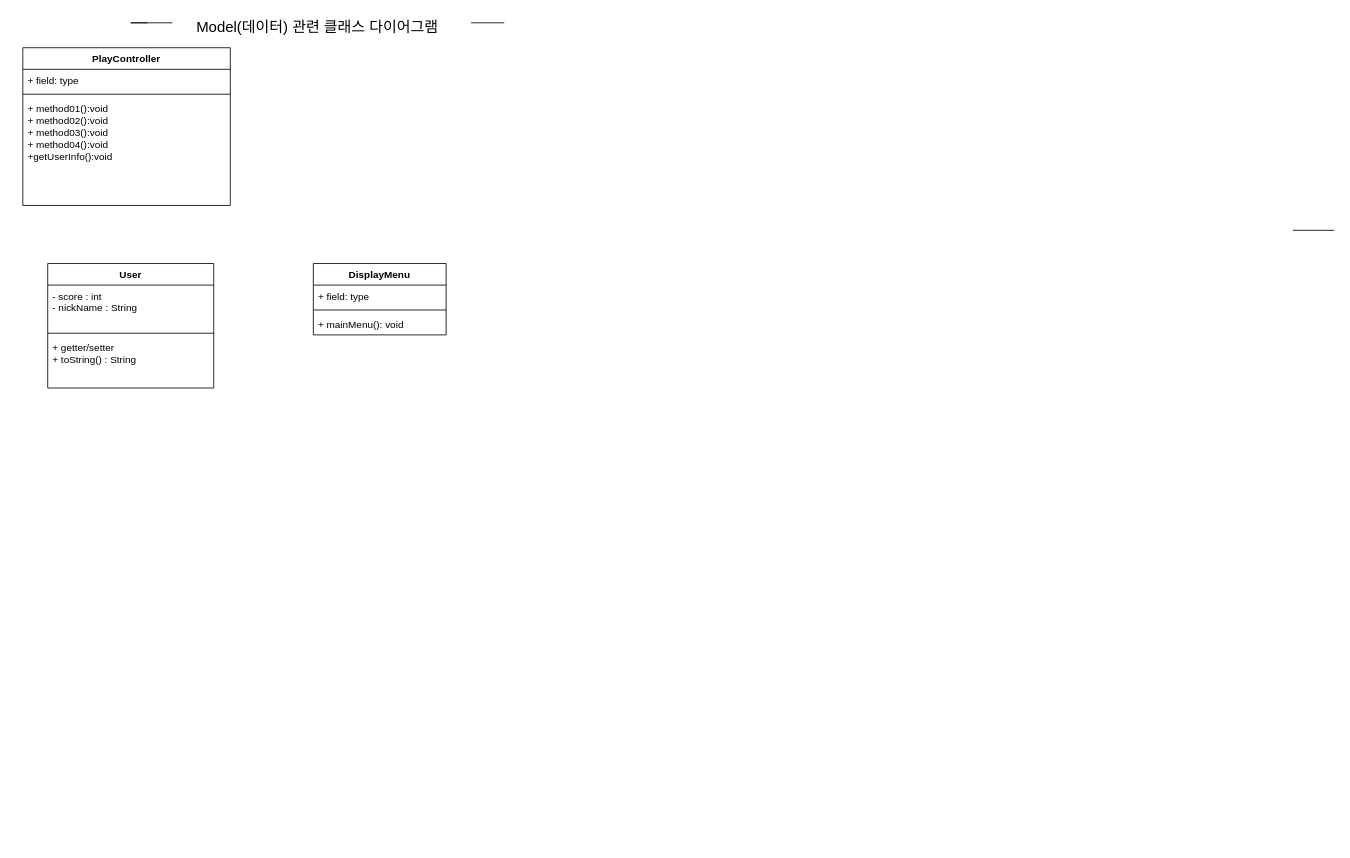
Earlier version of the draw.io diagram 제목 없는 다이어그램.drawio (jeongwoops/jeongwoops.github.io). Source tidied: cells renumbered, new cells numbered last; positions are measured from the earlier drawing's top-left corner, leaving out a move shared by most shapes. Both pictures are drawn from the tidied source at 83%, with x=0, y=0 at pixel (22, 14).
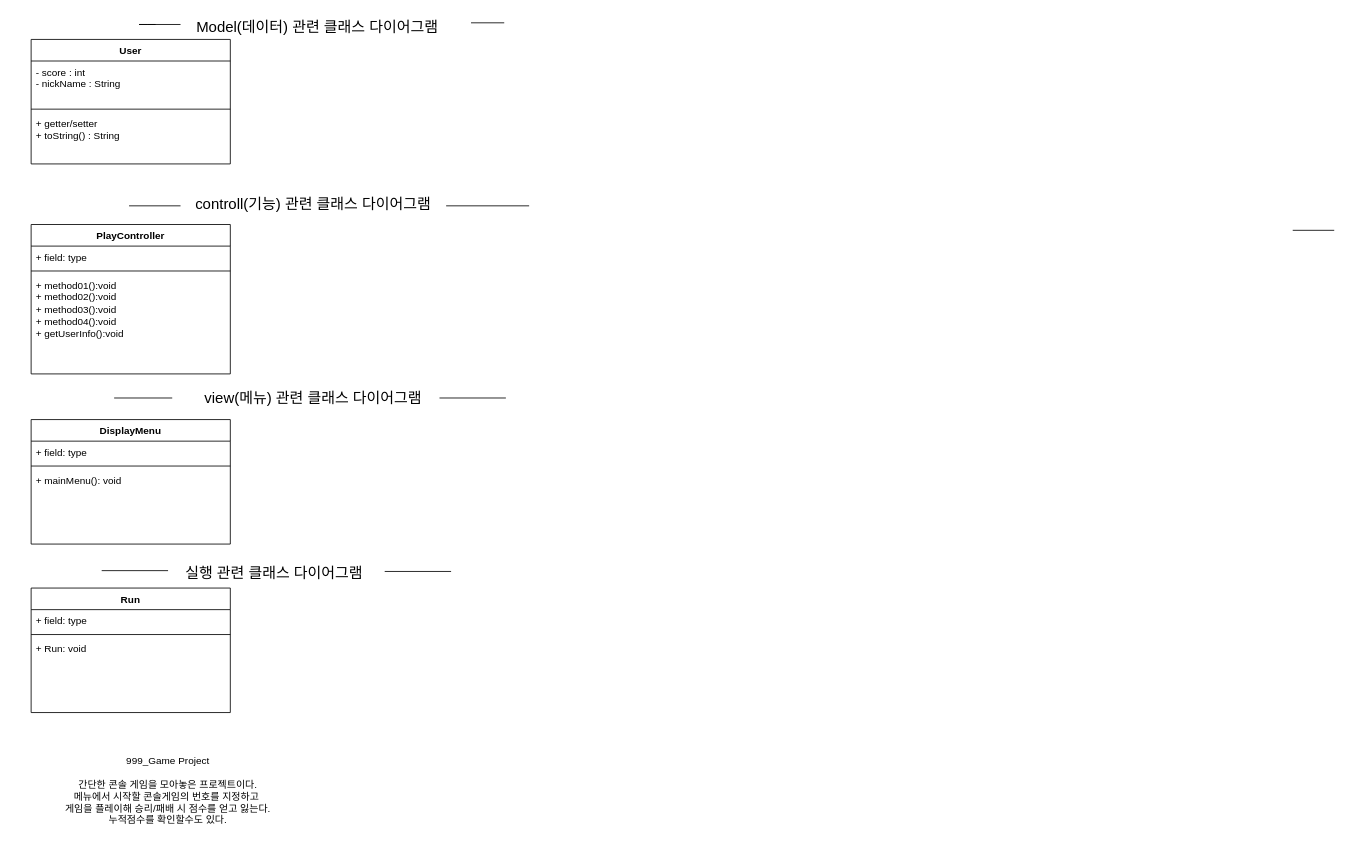
Above is the later version.

Commit message (it also covers changes not shown here):
제목 없는 다이어그램.drawio 업데이트

Diff of the diagram source:
```diff
@@
-    <mxCell id="2" style="endArrow=none;html=1;rounded=0;" parent="1" edge="1">
-      <mxGeometry relative="1" as="geometry">
-        <mxPoint x="150" y="10" as="sourcePoint" />
-        <mxPoint x="180" y="10" as="targetPoint" />
-        <Array as="points">
-          <mxPoint x="130" y="10" />
-          <mxPoint x="140" y="10" />
-        </Array>
-      </mxGeometry>
-    </mxCell>
@@
     <mxCell id="7" value="PlayController" style="swimlane;fontStyle=1;align=center;verticalAlign=top;horizontal=1;startSize=26;whiteSpace=wrap;html=1;" parent="1" vertex="1">
-      <mxGeometry y="40" width="250" height="190" as="geometry" />
+      <mxGeometry x="10" y="253" width="240" height="180" as="geometry" />
     </mxCell>
     <mxCell id="8" value="+ field: type" style="text;strokeColor=none;fillColor=none;align=left;verticalAlign=top;spacingLeft=4;spacingRight=4;overflow=hidden;whiteSpace=wrap;html=1;" parent="7" vertex="1">
-      <mxGeometry y="26" width="250" height="26" as="geometry" />
+      <mxGeometry y="26" width="240" height="26" as="geometry" />
     </mxCell>
     <mxCell id="9" style="line;strokeWidth=1;fillColor=none;align=left;verticalAlign=middle;spacingTop=-1;spacingLeft=3;spacingRight=3;labelPosition=right;strokeColor=inherit;" parent="7" vertex="1">
-      <mxGeometry y="52" width="250" height="8" as="geometry" />
+      <mxGeometry y="52" width="240" height="8" as="geometry" />
     </mxCell>
-    <mxCell id="10" value="&lt;div&gt;&lt;span style=&quot;&quot;&gt;+ method01():void&lt;/span&gt;&lt;/div&gt;&lt;div&gt;&lt;span style=&quot;&quot;&gt;+ method02():void&amp;nbsp;&lt;/span&gt;&lt;/div&gt;&lt;div&gt;&lt;span style=&quot;&quot;&gt;+ method03():void&amp;nbsp;&lt;/span&gt;&lt;/div&gt;&lt;div&gt;&lt;span style=&quot;&quot;&gt;+ method04():void&lt;/span&gt;&lt;/div&gt;+getUserInfo():void" style="text;strokeColor=none;fillColor=none;align=left;verticalAlign=top;spacingLeft=4;spacingRight=4;overflow=hidden;whiteSpace=wrap;html=1;" parent="7" vertex="1">
-      <mxGeometry y="60" width="250" height="130" as="geometry" />
+    <mxCell id="10" value="&lt;div&gt;&lt;span style=&quot;&quot;&gt;+ method01():void&lt;/span&gt;&lt;/div&gt;&lt;div&gt;&lt;span style=&quot;&quot;&gt;+ method02():void&amp;nbsp;&lt;/span&gt;&lt;/div&gt;&lt;div&gt;&lt;span style=&quot;&quot;&gt;+ method03():void&amp;nbsp;&lt;/span&gt;&lt;/div&gt;&lt;div&gt;&lt;span style=&quot;&quot;&gt;+ method04():void&lt;/span&gt;&lt;/div&gt;+ getUserInfo():void" style="text;strokeColor=none;fillColor=none;align=left;verticalAlign=top;spacingLeft=4;spacingRight=4;overflow=hidden;whiteSpace=wrap;html=1;" parent="7" vertex="1">
+      <mxGeometry y="60" width="240" height="120" as="geometry" />
     </mxCell>
     <mxCell id="11" value="User" style="swimlane;fontStyle=1;align=center;verticalAlign=top;horizontal=1;startSize=26;whiteSpace=wrap;html=1;" parent="1" vertex="1">
-      <mxGeometry x="30" y="300" width="200" height="150" as="geometry" />
+      <mxGeometry x="10" y="30" width="240" height="150" as="geometry" />
     </mxCell>
     <mxCell id="12" value="- score : int&lt;br&gt;- nickName : String" style="text;strokeColor=none;fillColor=none;align=left;verticalAlign=top;spacingLeft=4;spacingRight=4;overflow=hidden;whiteSpace=wrap;html=1;" parent="11" vertex="1">
-      <mxGeometry y="26" width="200" height="54" as="geometry" />
+      <mxGeometry y="26" width="240" height="54" as="geometry" />
     </mxCell>
     <mxCell id="13" style="line;strokeWidth=1;fillColor=none;align=left;verticalAlign=middle;spacingTop=-1;spacingLeft=3;spacingRight=3;labelPosition=right;strokeColor=inherit;" parent="11" vertex="1">
-      <mxGeometry y="80" width="200" height="8" as="geometry" />
+      <mxGeometry y="80" width="240" height="8" as="geometry" />
     </mxCell>
     <mxCell id="14" value="+ getter/setter&lt;br&gt;+ toString() : String" style="text;strokeColor=none;fillColor=none;align=left;verticalAlign=top;spacingLeft=4;spacingRight=4;overflow=hidden;whiteSpace=wrap;html=1;" parent="11" vertex="1">
-      <mxGeometry y="88" width="200" height="62" as="geometry" />
+      <mxGeometry y="88" width="240" height="62" as="geometry" />
     </mxCell>
     <mxCell id="15" value="DisplayMenu&lt;br&gt;" style="swimlane;fontStyle=1;align=center;verticalAlign=top;horizontal=1;startSize=26;whiteSpace=wrap;html=1;" parent="1" vertex="1">
-      <mxGeometry x="350" y="300" width="160" height="86" as="geometry" />
+      <mxGeometry x="10" y="488" width="240" height="150" as="geometry" />
     </mxCell>
     <mxCell id="16" value="+ field: type" style="text;strokeColor=none;fillColor=none;align=left;verticalAlign=top;spacingLeft=4;spacingRight=4;overflow=hidden;whiteSpace=wrap;html=1;" parent="15" vertex="1">
-      <mxGeometry y="26" width="160" height="26" as="geometry" />
+      <mxGeometry y="26" width="240" height="26" as="geometry" />
     </mxCell>
     <mxCell id="17" style="line;strokeWidth=1;fillColor=none;align=left;verticalAlign=middle;spacingTop=-1;spacingLeft=3;spacingRight=3;labelPosition=right;strokeColor=inherit;" parent="15" vertex="1">
-      <mxGeometry y="52" width="160" height="8" as="geometry" />
+      <mxGeometry y="52" width="240" height="8" as="geometry" />
     </mxCell>
     <mxCell id="18" value="+ mainMenu(): void" style="text;strokeColor=none;fillColor=none;align=left;verticalAlign=top;spacingLeft=4;spacingRight=4;overflow=hidden;whiteSpace=wrap;html=1;" parent="15" vertex="1">
-      <mxGeometry y="60" width="160" height="26" as="geometry" />
+      <mxGeometry y="60" width="240" height="90" as="geometry" />
     </mxCell>
+    <mxCell id="19" value="Run" style="swimlane;fontStyle=1;align=center;verticalAlign=top;horizontal=1;startSize=26;whiteSpace=wrap;html=1;" parent="1" vertex="1">
+      <mxGeometry x="10" y="691" width="240" height="150" as="geometry" />
+    </mxCell>
+    <mxCell id="20" value="+ field: type" style="text;strokeColor=none;fillColor=none;align=left;verticalAlign=top;spacingLeft=4;spacingRight=4;overflow=hidden;whiteSpace=wrap;html=1;" parent="19" vertex="1">
+      <mxGeometry y="26" width="240" height="26" as="geometry" />
+    </mxCell>
+    <mxCell id="21" style="line;strokeWidth=1;fillColor=none;align=left;verticalAlign=middle;spacingTop=-1;spacingLeft=3;spacingRight=3;labelPosition=right;strokeColor=inherit;" parent="19" vertex="1">
+      <mxGeometry y="52" width="240" height="8" as="geometry" />
+    </mxCell>
+    <mxCell id="22" value="+ Run: void" style="text;strokeColor=none;fillColor=none;align=left;verticalAlign=top;spacingLeft=4;spacingRight=4;overflow=hidden;whiteSpace=wrap;html=1;" parent="19" vertex="1">
+      <mxGeometry y="60" width="240" height="90" as="geometry" />
+    </mxCell>
+    <mxCell id="23" style="endArrow=none;html=1;rounded=0;" parent="1" edge="1">
+      <mxGeometry relative="1" as="geometry">
+        <mxPoint x="160" y="12" as="sourcePoint" />
+        <mxPoint x="190" y="12" as="targetPoint" />
+        <Array as="points">
+          <mxPoint x="140" y="12" />
+          <mxPoint x="150" y="12" />
+        </Array>
+      </mxGeometry>
+    </mxCell>
+    <mxCell id="24" style="endArrow=none;html=1;rounded=0;" parent="1" edge="1">
+      <mxGeometry relative="1" as="geometry">
+        <mxPoint x="128" y="230.5" as="sourcePoint" />
+        <mxPoint x="190" y="230.5" as="targetPoint" />
+      </mxGeometry>
+    </mxCell>
+    <mxCell id="25" value="&lt;font style=&quot;font-size: 18px;&quot;&gt;controll(기능) 관련 클래스 다이어그램&lt;/font&gt;" style="text;html=1;strokeColor=none;fillColor=none;align=center;verticalAlign=middle;whiteSpace=wrap;rounded=0;" parent="1" vertex="1">
+      <mxGeometry x="190" y="214" width="320" height="30" as="geometry" />
+    </mxCell>
+    <mxCell id="26" style="endArrow=none;html=1;rounded=0;" parent="1" edge="1">
+      <mxGeometry relative="1" as="geometry">
+        <mxPoint x="610" y="230.5" as="sourcePoint" />
+        <mxPoint x="510" y="230.5" as="targetPoint" />
+      </mxGeometry>
+    </mxCell>
+    <mxCell id="27" style="endArrow=none;html=1;rounded=0;" parent="1" edge="1">
+      <mxGeometry relative="1" as="geometry">
+        <mxPoint x="110" y="462" as="sourcePoint" />
+        <mxPoint x="180" y="462" as="targetPoint" />
+      </mxGeometry>
+    </mxCell>
+    <mxCell id="28" style="endArrow=none;html=1;rounded=0;" parent="1" edge="1">
+      <mxGeometry relative="1" as="geometry">
+        <mxPoint x="502" y="462" as="sourcePoint" />
+        <mxPoint x="582" y="462" as="targetPoint" />
+      </mxGeometry>
+    </mxCell>
+    <mxCell id="29" value="&lt;span style=&quot;font-size: 18px;&quot;&gt;view(메뉴) 관련 클래스 다이어그램&lt;/span&gt;" style="text;html=1;strokeColor=none;fillColor=none;align=center;verticalAlign=middle;whiteSpace=wrap;rounded=0;" parent="1" vertex="1">
+      <mxGeometry x="190" y="448" width="320" height="30" as="geometry" />
+    </mxCell>
+    <mxCell id="30" style="endArrow=none;html=1;rounded=0;" parent="1" edge="1">
+      <mxGeometry relative="1" as="geometry">
+        <mxPoint x="95" y="670" as="sourcePoint" />
+        <mxPoint x="175" y="670" as="targetPoint" />
+      </mxGeometry>
+    </mxCell>
+    <mxCell id="31" style="endArrow=none;html=1;rounded=0;" parent="1" edge="1">
+      <mxGeometry relative="1" as="geometry">
+        <mxPoint x="436" y="671" as="sourcePoint" />
+        <mxPoint x="516" y="671" as="targetPoint" />
+      </mxGeometry>
+    </mxCell>
+    <mxCell id="32" value="&lt;span style=&quot;font-size: 18px;&quot;&gt;실행 관련 클래스 다이어그램&lt;/span&gt;" style="text;html=1;strokeColor=none;fillColor=none;align=center;verticalAlign=middle;whiteSpace=wrap;rounded=0;" parent="1" vertex="1">
+      <mxGeometry x="138" y="658" width="330" height="30" as="geometry" />
+    </mxCell>
+    <mxCell id="33" value="999_Game Project&lt;br&gt;&lt;br&gt;간단한 콘솔 게임을 모아놓은 프로젝트이다.&lt;br&gt;메뉴에서 시작할 콘솔게임의 번호를 지정하고&amp;nbsp;&lt;br&gt;게임을 플레이해 승리/패배 시 점수를 얻고 잃는다.&lt;br&gt;누적점수를 확인할수도 있다." style="text;html=1;strokeColor=none;fillColor=none;align=center;verticalAlign=middle;whiteSpace=wrap;rounded=0;" parent="1" vertex="1">
+      <mxGeometry x="-10" y="870" width="370" height="130" as="geometry" />
+    </mxCell>
```
